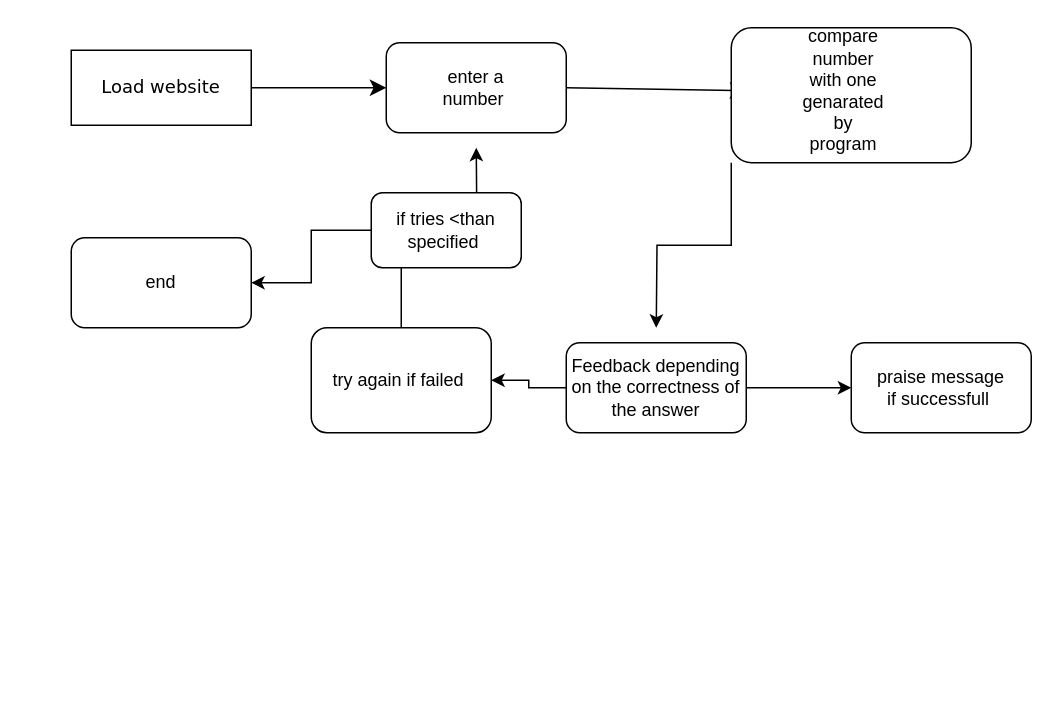
Earlier version of the draw.io diagram Untitled Diagram.drawio (ryanmun/Random-Number-Generator). Source tidied: cells renumbered, new cells numbered last; positions are measured from the earlier drawing's top-left corner, leaving out a move shared by most shapes. Both pictures are drawn from the tidied source at 150%, with x=0, y=0 at pixel (70, 27).
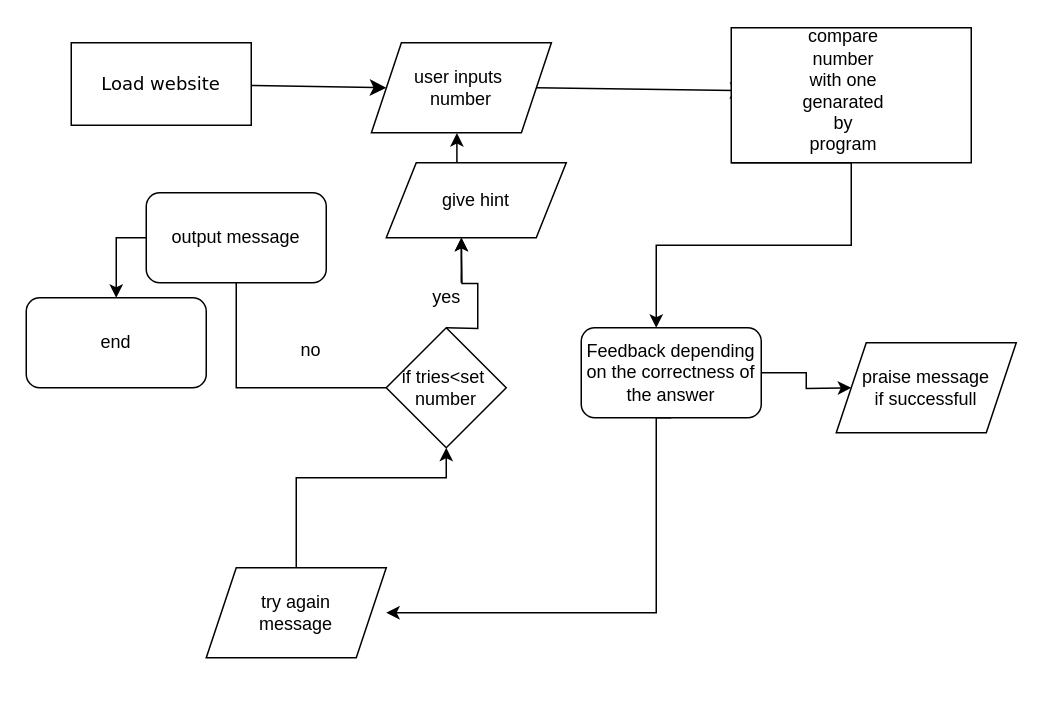
Above is the later version.

The edit, as a diff of the source:
```diff
@@
     <mxCell id="3" value="Load website" style="whiteSpace=wrap;html=1;rounded=0;shadow=0;comic=0;labelBackgroundColor=none;strokeWidth=1;fontFamily=Verdana;fontSize=12;align=center;" parent="1" vertex="1">
-      <mxGeometry y="15" width="120" height="50" as="geometry" />
+      <mxGeometry y="10" width="120" height="55" as="geometry" />
     </mxCell>
-    <mxCell id="4" style="edgeStyle=none;html=1;labelBackgroundColor=none;startFill=0;startSize=8;endFill=1;endSize=8;fontFamily=Verdana;fontSize=12;exitX=1;exitY=0.5;exitDx=0;exitDy=0;" parent="1" edge="1" source="5">
+    <mxCell id="4" style="edgeStyle=none;html=1;labelBackgroundColor=none;startFill=0;startSize=8;endFill=1;endSize=8;fontFamily=Verdana;fontSize=12;exitX=1;exitY=0.5;exitDx=0;exitDy=0;" parent="1" edge="1" source="28">
       <mxGeometry relative="1" as="geometry">
         <mxPoint x="450" y="42" as="targetPoint" />
       </mxGeometry>
     </mxCell>
-    <mxCell id="5" style="rounded=1;whiteSpace=wrap;html=1;" parent="1" vertex="1">
-      <mxGeometry x="210" y="10" width="120" height="60" as="geometry" />
-    </mxCell>
-    <mxCell id="6" value="enter a number&amp;nbsp;" style="text;html=1;strokeColor=none;fillColor=none;align=center;verticalAlign=middle;whiteSpace=wrap;rounded=0;" parent="1" vertex="1">
-      <mxGeometry x="250" y="30" width="40" height="20" as="geometry" />
-    </mxCell>
     <mxCell id="7" style="edgeStyle=orthogonalEdgeStyle;rounded=0;jettySize=auto;html=1;exitX=0;exitY=1;exitDx=0;exitDy=0;" parent="1" edge="1" source="8">
       <mxGeometry relative="1" as="geometry">
         <mxPoint x="390" y="200" as="targetPoint" />
+        <Array as="points">
+          <mxPoint x="520" y="90" />
+          <mxPoint x="520" y="145" />
+          <mxPoint x="390" y="145" />
+        </Array>
       </mxGeometry>
     </mxCell>
-    <mxCell id="8" style="rounded=1;whiteSpace=wrap;html=1;" parent="1" vertex="1">
+    <mxCell id="8" style="rounded=0;whiteSpace=wrap;html=1;" parent="1" vertex="1">
       <mxGeometry x="440" width="160" height="90" as="geometry" />
     </mxCell>
@@
-    <mxCell id="10" style="edgeStyle=orthogonalEdgeStyle;rounded=0;jettySize=auto;html=1;exitX=1;exitY=0.5;exitDx=0;exitDy=0;" parent="1" edge="1" source="12" target="13">
-      <mxGeometry relative="1" as="geometry" />
+    <mxCell id="10" style="edgeStyle=orthogonalEdgeStyle;rounded=0;jettySize=auto;html=1;exitX=1;exitY=0.5;exitDx=0;exitDy=0;" parent="1" edge="1" source="12">
+      <mxGeometry relative="1" as="geometry">
+        <mxPoint x="520" y="240" as="targetPoint" />
+      </mxGeometry>
     </mxCell>
-    <mxCell id="11" style="edgeStyle=orthogonalEdgeStyle;rounded=0;jettySize=auto;html=1;exitX=0;exitY=0.5;exitDx=0;exitDy=0;" parent="1" edge="1" source="12" target="15">
-      <mxGeometry relative="1" as="geometry" />
+    <mxCell id="11" style="edgeStyle=orthogonalEdgeStyle;rounded=0;jettySize=auto;html=1;exitX=0.5;exitY=1;exitDx=0;exitDy=0;" parent="1" edge="1" source="12">
+      <mxGeometry relative="1" as="geometry">
+        <mxPoint x="210" y="390" as="targetPoint" />
+        <Array as="points">
+          <mxPoint x="390" y="390" />
+        </Array>
+      </mxGeometry>
     </mxCell>
     <mxCell id="12" value="Feedback depending on the correctness of the answer" style="rounded=1;whiteSpace=wrap;html=1;" parent="1" vertex="1">
-      <mxGeometry x="330" y="210" width="120" height="60" as="geometry" />
+      <mxGeometry x="340" y="200" width="120" height="60" as="geometry" />
     </mxCell>
-    <mxCell id="13" value="praise message&lt;br&gt;if successfull&amp;nbsp;" style="rounded=1;whiteSpace=wrap;html=1;" parent="1" vertex="1">
-      <mxGeometry x="520" y="210" width="120" height="60" as="geometry" />
-    </mxCell>
-    <mxCell id="14" style="edgeStyle=orthogonalEdgeStyle;rounded=0;jettySize=auto;html=1;exitX=0.5;exitY=0;exitDx=0;exitDy=0;" parent="1" edge="1" source="15">
+    <mxCell id="14" style="edgeStyle=orthogonalEdgeStyle;rounded=0;jettySize=auto;html=1;exitX=0.5;exitY=0;exitDx=0;exitDy=0;entryX=0.5;entryY=1;entryDx=0;entryDy=0;" parent="1" edge="1" target="27">
       <mxGeometry relative="1" as="geometry">
-        <mxPoint x="270" y="80" as="targetPoint" />
+        <mxPoint x="150" y="360" as="sourcePoint" />
+        <Array as="points">
+          <mxPoint x="150" y="300" />
+          <mxPoint x="250" y="300" />
+        </Array>
       </mxGeometry>
     </mxCell>
-    <mxCell id="15" value="try again if failed&amp;nbsp;" style="rounded=1;whiteSpace=wrap;html=1;" parent="1" vertex="1">
-      <mxGeometry x="160" y="200" width="120" height="70" as="geometry" />
-    </mxCell>
-    <mxCell id="16" style="edgeStyle=orthogonalEdgeStyle;rounded=0;jettySize=auto;html=1;exitX=0;exitY=0.5;exitDx=0;exitDy=0;" parent="1" edge="1" source="17" target="19">
+    <mxCell id="16" style="edgeStyle=orthogonalEdgeStyle;rounded=0;jettySize=auto;html=1;exitX=0;exitY=0.5;exitDx=0;exitDy=0;startArrow=none;" parent="1" edge="1" source="22" target="19">
       <mxGeometry relative="1" as="geometry" />
     </mxCell>
-    <mxCell id="17" value="if tries &amp;lt;than specified&amp;nbsp;" style="rounded=1;whiteSpace=wrap;html=1;" parent="1" vertex="1">
-      <mxGeometry x="200" y="110" width="100" height="50" as="geometry" />
-    </mxCell>
+    <mxCell id="20" style="edgeStyle=orthogonalEdgeStyle;rounded=0;orthogonalLoop=1;jettySize=auto;html=1;startArrow=none;" parent="1" edge="1">
+      <mxGeometry relative="1" as="geometry">
+        <mxPoint x="260" y="170" as="sourcePoint" />
+        <mxPoint x="260.1" y="140" as="targetPoint" />
+      </mxGeometry>
+    </mxCell>
+    <mxCell id="21" style="edgeStyle=orthogonalEdgeStyle;rounded=0;orthogonalLoop=1;jettySize=auto;html=1;exitX=0.5;exitY=0;exitDx=0;exitDy=0;" parent="1" edge="1">
+      <mxGeometry relative="1" as="geometry">
+        <mxPoint x="250" y="200" as="sourcePoint" />
+        <mxPoint x="260" y="140" as="targetPoint" />
+      </mxGeometry>
+    </mxCell>
-    <mxCell id="18" style="edgeStyle=orthogonalEdgeStyle;rounded=0;orthogonalLoop=1;jettySize=auto;html=1;exitX=0.5;exitY=1;exitDx=0;exitDy=0;" parent="1" edge="1" source="15" target="15">
-      <mxGeometry relative="1" as="geometry" />
+    <mxCell id="18" style="edgeStyle=orthogonalEdgeStyle;rounded=0;orthogonalLoop=1;jettySize=auto;html=1;exitX=0.5;exitY=1;exitDx=0;exitDy=0;" parent="1" edge="1">
+      <mxGeometry relative="1" as="geometry">
+        <mxPoint x="150" y="430" as="sourcePoint" />
+        <mxPoint x="150" y="430" as="targetPoint" />
+      </mxGeometry>
     </mxCell>
     <mxCell id="19" value="end" style="rounded=1;whiteSpace=wrap;html=1;" parent="1" vertex="1">
-      <mxGeometry y="140" width="120" height="60" as="geometry" />
+      <mxGeometry x="-30" y="180" width="120" height="60" as="geometry" />
     </mxCell>
+    <mxCell id="22" value="output message" style="rounded=1;whiteSpace=wrap;html=1;" parent="1" vertex="1">
+      <mxGeometry x="50" y="110" width="120" height="60" as="geometry" />
+    </mxCell>
+    <mxCell id="23" style="edgeStyle=orthogonalEdgeStyle;rounded=0;jettySize=auto;html=1;endArrow=none;exitX=0;exitY=0.5;exitDx=0;exitDy=0;" parent="1" edge="1" source="27" target="22">
+      <mxGeometry relative="1" as="geometry">
+        <Array as="points">
+          <mxPoint x="110" y="240" />
+        </Array>
+      </mxGeometry>
+    </mxCell>
+    <mxCell id="24" style="edgeStyle=orthogonalEdgeStyle;rounded=0;jettySize=auto;html=1;exitX=0.5;exitY=0;exitDx=0;exitDy=0;entryX=0.475;entryY=1.003;entryDx=0;entryDy=0;entryPerimeter=0;" parent="1" edge="1" target="28">
+      <mxGeometry relative="1" as="geometry">
+        <mxPoint x="260.1" y="100" as="sourcePoint" />
+      </mxGeometry>
+    </mxCell>
+    <mxCell id="25" value="no" style="text;html=1;strokeColor=none;fillColor=none;align=center;verticalAlign=middle;whiteSpace=wrap;rounded=0;" parent="1" vertex="1">
+      <mxGeometry x="140" y="210" width="40" height="10" as="geometry" />
+    </mxCell>
+    <mxCell id="26" value="yes" style="text;html=1;align=center;verticalAlign=middle;strokeColor=none;fillColor=none;" parent="1" vertex="1">
+      <mxGeometry x="235" y="170" width="30" height="20" as="geometry" />
+    </mxCell>
+    <mxCell id="27" value="if tries&amp;lt;set&amp;nbsp;&lt;br&gt;number" style="rhombus;whiteSpace=wrap;html=1;" parent="1" vertex="1">
+      <mxGeometry x="210" y="200" width="80" height="80" as="geometry" />
+    </mxCell>
+    <mxCell id="28" value="user inputs&amp;nbsp;&lt;br&gt;number" style="shape=parallelogram;perimeter=parallelogramPerimeter;whiteSpace=wrap;html=1;fixedSize=1;rounded=0;gradientColor=none;" parent="1" vertex="1">
+      <mxGeometry x="200.1" y="10" width="120" height="60" as="geometry" />
+    </mxCell>
+    <mxCell id="29" value="give hint" style="shape=parallelogram;perimeter=parallelogramPerimeter;whiteSpace=wrap;html=1;fixedSize=1;rounded=0;gradientColor=none;" parent="1" vertex="1">
+      <mxGeometry x="210" y="90" width="120" height="50" as="geometry" />
+    </mxCell>
+    <mxCell id="13" value="praise message&lt;br&gt;if successfull" style="shape=parallelogram;perimeter=parallelogramPerimeter;whiteSpace=wrap;html=1;fixedSize=1;rounded=0;gradientColor=none;" parent="1" vertex="1">
+      <mxGeometry x="510" y="210" width="120" height="60" as="geometry" />
+    </mxCell>
+    <mxCell id="30" value="try again&lt;br&gt;message" style="shape=parallelogram;perimeter=parallelogramPerimeter;whiteSpace=wrap;html=1;fixedSize=1;rounded=0;gradientColor=none;" parent="1" vertex="1">
+      <mxGeometry x="90" y="360" width="120" height="60" as="geometry" />
+    </mxCell>
```
